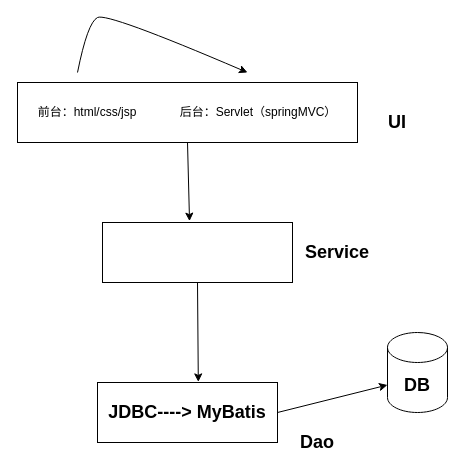
gitofding/first_repository keeps this draw.io diagram as crud-express1/SMM framework.drawio. Above is the earlier version. Source tidied: cells renumbered, new cells numbered last; positions are measured from the earlier drawing's top-left corner, leaving out a move shared by most shapes. Both pictures are drawn from the tidied source at 100%, with x=0, y=0 at pixel (17, 12).
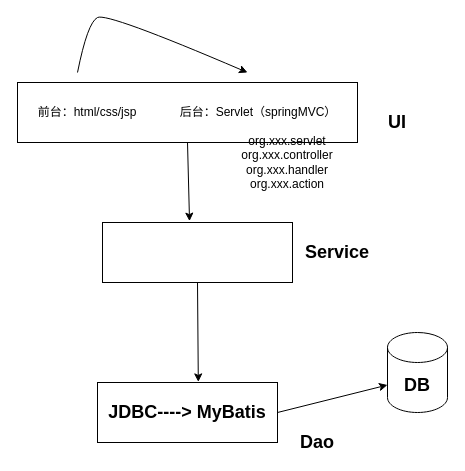
The same diagram, later.

What changed in the source:
```diff
@@
 <mxGraphModel>
   <root>
     <mxCell id="0" />
     <mxCell id="1" parent="0" />
     <mxCell id="2" value="前台：html/css/jsp&amp;nbsp; &amp;nbsp; &amp;nbsp; &amp;nbsp; &amp;nbsp; &amp;nbsp; &amp;nbsp;后台：Servlet（springMVC）" style="rounded=0;whiteSpace=wrap;html=1;" parent="1" vertex="1">
       <mxGeometry y="70" width="340" height="60" as="geometry" />
     </mxCell>
     <mxCell id="3" style="rounded=0;whiteSpace=wrap;html=1;" parent="1" vertex="1">
       <mxGeometry x="85" y="210" width="190" height="60" as="geometry" />
     </mxCell>
     <mxCell id="4" value="&lt;b&gt;&lt;font style=&quot;font-size: 18px&quot;&gt;JDBC----&amp;gt; MyBatis&lt;/font&gt;&lt;/b&gt;" style="rounded=0;whiteSpace=wrap;html=1;" parent="1" vertex="1">
       <mxGeometry x="80" y="370" width="180" height="60" as="geometry" />
     </mxCell>
     <mxCell id="5" value="&lt;b&gt;&lt;font style=&quot;font-size: 18px&quot;&gt;DB&lt;/font&gt;&lt;/b&gt;" style="shape=cylinder3;whiteSpace=wrap;html=1;boundedLbl=1;backgroundOutline=1;size=15;" parent="1" vertex="1">
       <mxGeometry x="370" y="320" width="60" height="80" as="geometry" />
     </mxCell>
     <mxCell id="6" style="endArrow=classic;html=1;exitX=0.5;exitY=1;exitDx=0;exitDy=0;entryX=0.458;entryY=-0.023;entryDx=0;entryDy=0;entryPerimeter=0;" parent="1" edge="1" source="2" target="3">
       <mxGeometry relative="1" as="geometry" />
     </mxCell>
     <mxCell id="7" style="endArrow=classic;html=1;exitX=0.5;exitY=1;exitDx=0;exitDy=0;entryX=0.56;entryY=-0.01;entryDx=0;entryDy=0;entryPerimeter=0;" parent="1" edge="1" source="3" target="4">
       <mxGeometry relative="1" as="geometry" />
     </mxCell>
     <mxCell id="8" style="endArrow=classic;html=1;exitX=1;exitY=0.5;exitDx=0;exitDy=0;entryX=0;entryY=0;entryDx=0;entryDy=52.5;entryPerimeter=0;" parent="1" edge="1" source="4" target="5">
       <mxGeometry relative="1" as="geometry" />
     </mxCell>
     <mxCell id="9" value="&lt;b&gt;&lt;font style=&quot;font-size: 18px&quot;&gt;UI&lt;/font&gt;&lt;/b&gt;" style="text;html=1;strokeColor=none;fillColor=none;align=center;verticalAlign=middle;whiteSpace=wrap;rounded=0;" parent="1" vertex="1">
       <mxGeometry x="360" y="100" width="40" height="20" as="geometry" />
     </mxCell>
     <mxCell id="10" value="&lt;b&gt;&lt;font style=&quot;font-size: 18px&quot;&gt;Service&lt;/font&gt;&lt;/b&gt;" style="text;html=1;strokeColor=none;fillColor=none;align=center;verticalAlign=middle;whiteSpace=wrap;rounded=0;" parent="1" vertex="1">
       <mxGeometry x="300" y="230" width="40" height="20" as="geometry" />
     </mxCell>
     <mxCell id="11" value="&lt;b&gt;&lt;font style=&quot;font-size: 18px&quot;&gt;Dao&lt;/font&gt;&lt;/b&gt;" style="text;html=1;strokeColor=none;fillColor=none;align=center;verticalAlign=middle;whiteSpace=wrap;rounded=0;" parent="1" vertex="1">
       <mxGeometry x="280" y="420" width="40" height="20" as="geometry" />
     </mxCell>
     <mxCell id="12" style="curved=1;endArrow=classic;html=1;" parent="1" edge="1">
       <mxGeometry relative="1" as="geometry">
         <mxPoint x="60" y="60" as="sourcePoint" />
         <mxPoint x="230" y="60" as="targetPoint" />
         <Array as="points">
           <mxPoint x="70" y="10" />
           <mxPoint x="90" />
         </Array>
       </mxGeometry>
     </mxCell>
+    <mxCell id="13" value="org.xxx.servlet&lt;br&gt;org.xxx.controller&lt;br&gt;org.xxx.handler&lt;br&gt;org.xxx.action" style="text;html=1;strokeColor=none;fillColor=none;align=center;verticalAlign=middle;whiteSpace=wrap;rounded=0;" parent="1" vertex="1">
+      <mxGeometry x="250" y="140" width="40" height="20" as="geometry" />
+    </mxCell>
   </root>
 </mxGraphModel>
```
